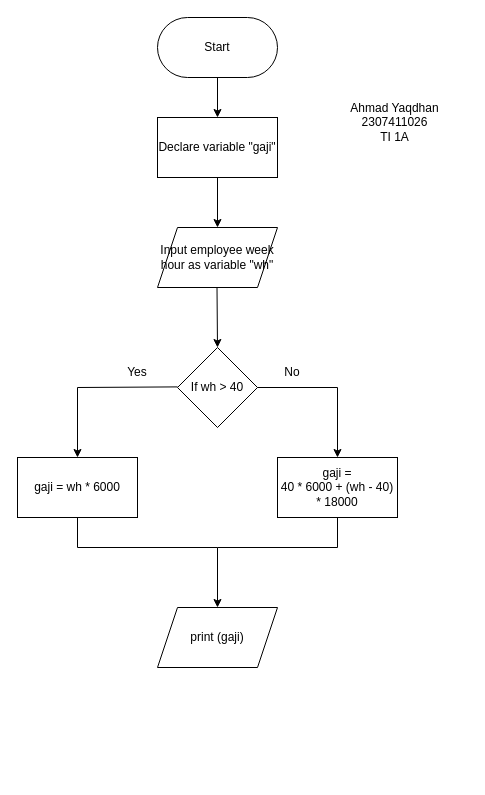
The draw.io diagram Quiz1_GajiMingguan.drawio in Mednoob/Mednoob, before the edit. Source tidied: cells renumbered, new cells numbered last; positions are measured from the earlier drawing's top-left corner, leaving out a move shared by most shapes. Both pictures are drawn from the tidied source at 100%, with x=0, y=0 at pixel (17, 17).
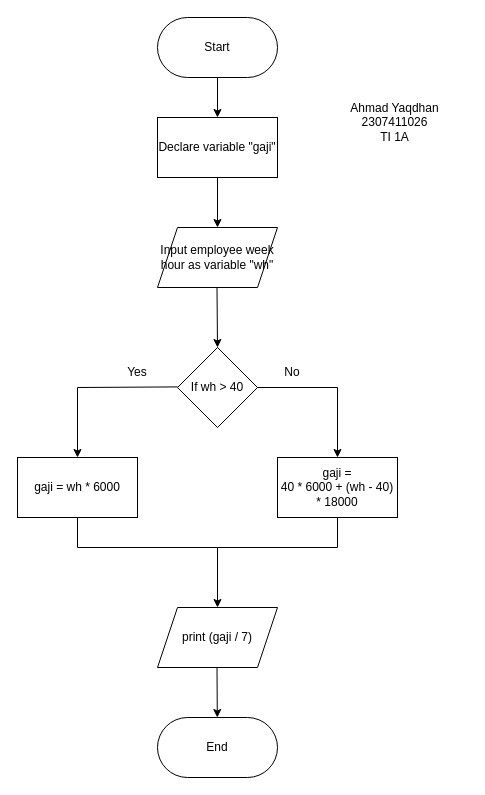
After the change.

Commit message (it also covers changes not shown here):
chore(gajimingguan): update flowchart

The edit, as a diff of the source:
```diff
@@
-    <mxCell id="16" value="print (gaji)" style="shape=parallelogram;perimeter=parallelogramPerimeter;whiteSpace=wrap;html=1;fixedSize=1;" parent="1" vertex="1">
+    <mxCell id="16" value="print (gaji / 7)" style="shape=parallelogram;perimeter=parallelogramPerimeter;whiteSpace=wrap;html=1;fixedSize=1;" parent="1" vertex="1">
       <mxGeometry x="140" y="590" width="120" height="60" as="geometry" />
     </mxCell>
@@
+    <mxCell id="19" style="endArrow=classic;html=1;rounded=0;" parent="1" edge="1" target="20">
+      <mxGeometry relative="1" as="geometry">
+        <mxPoint x="199.5" y="650" as="sourcePoint" />
+      </mxGeometry>
+    </mxCell>
+    <mxCell id="20" value="End" style="rounded=1;whiteSpace=wrap;html=1;arcSize=50;" parent="1" vertex="1">
+      <mxGeometry x="140" y="700" width="120" height="60" as="geometry" />
+    </mxCell>
```
